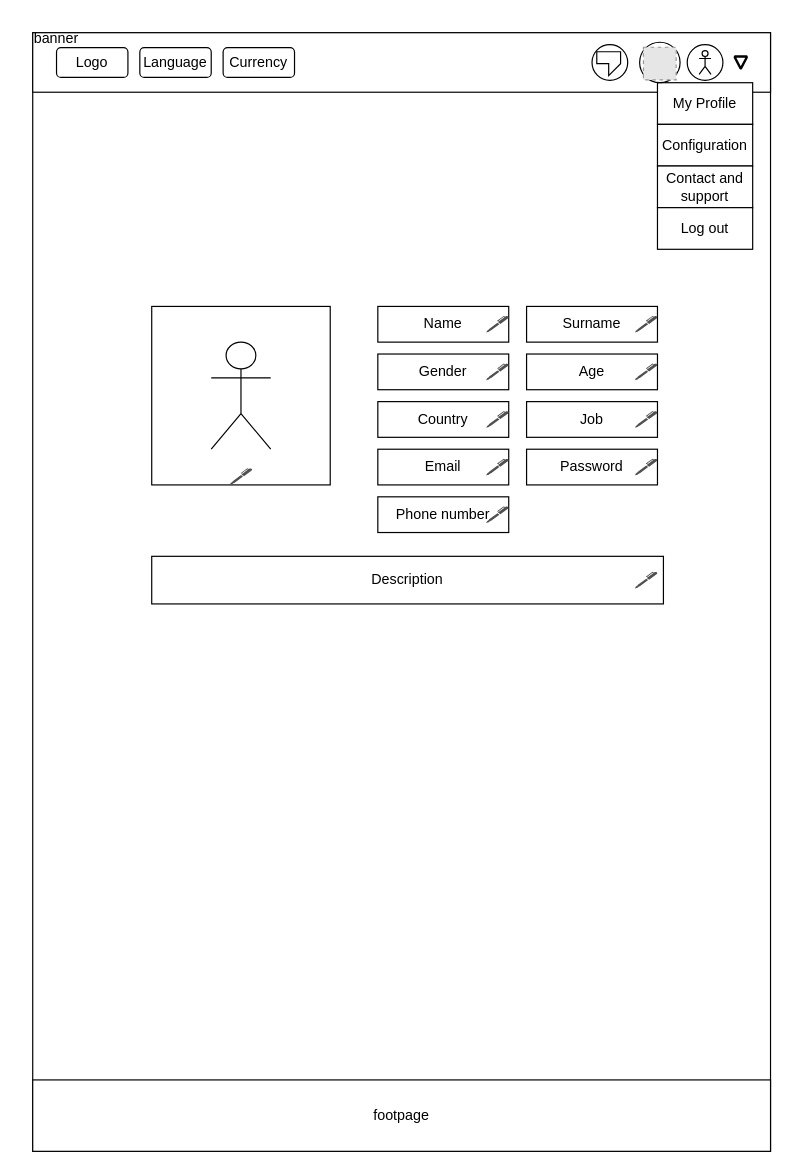
Before: CroquisWeb/DrawIO/My Profile.drawio in sofwarebakery/CroquisWeb, a draw.io diagram. Source tidied: cells renumbered, new cells numbered last; positions are measured from the earlier drawing's top-left corner, leaving out a move shared by most shapes. Both pictures are drawn from the tidied source at 119%, with x=0, y=0 at pixel (20, 20). Pictures stored in the file or linked from it are replaced by grey dashed boxes.
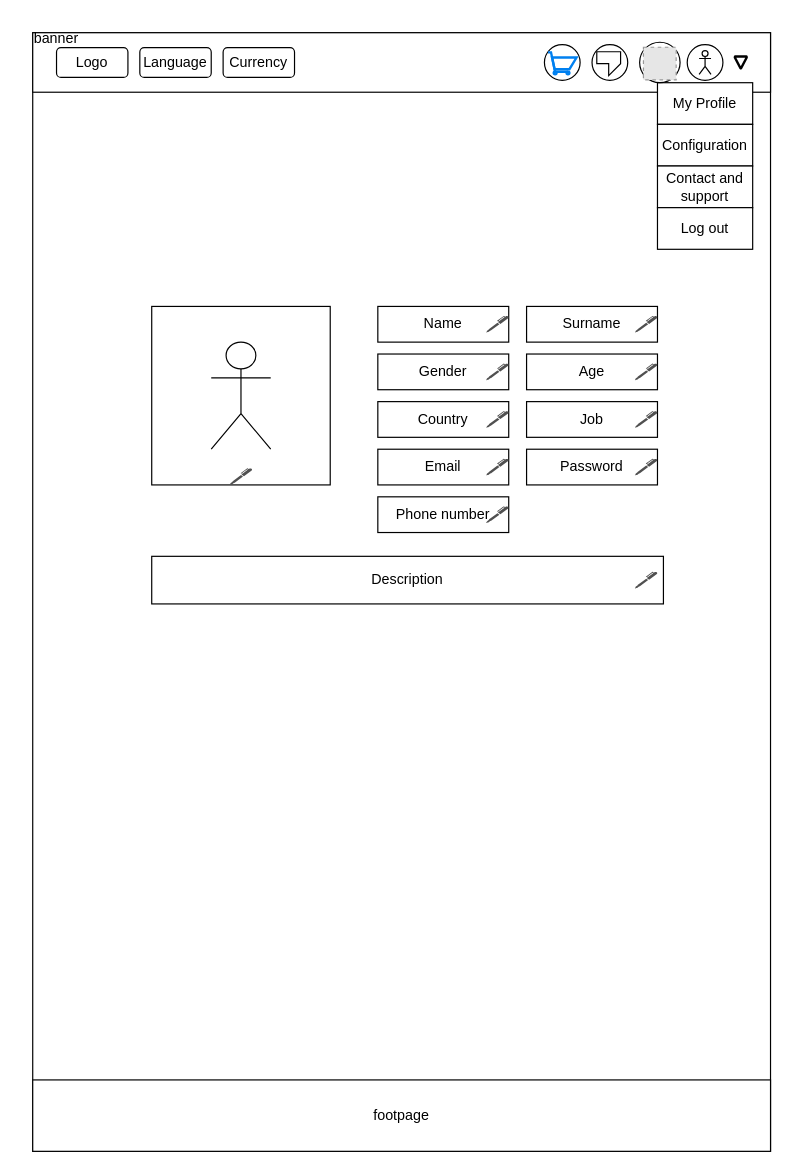
The same page after the edit.

The edit, as a diff of the source:
```diff
@@
+    <mxCell id="44" style="ellipse;whiteSpace=wrap;html=1;" parent="1" vertex="1">
+      <mxGeometry x="440" y="20" width="30" height="30" as="geometry" />
+    </mxCell>
+    <mxCell id="45" style="html=1;verticalLabelPosition=bottom;align=center;labelBackgroundColor=#ffffff;verticalAlign=top;strokeWidth=2;strokeColor=#0080F0;shadow=0;dashed=0;shape=mxgraph.ios7.icons.shopping_cart;" parent="1" vertex="1">
+      <mxGeometry x="443" y="26.5" width="24" height="18.5" as="geometry" />
+    </mxCell>
```
